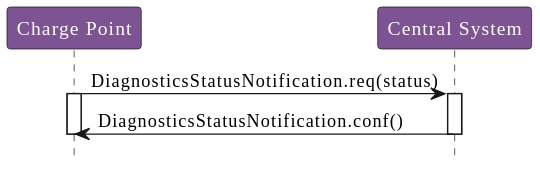
Before: OCPP_1.6/images/figure_15.svg, a diagram exported from PlantUML (phoi5675/ocpp-markdown). Its diagram source:
```plantuml
@startuml
!include style.puml

participant "Charge Point" as ChargePoint
participant "Central System" as CentralSystem

ChargePoint -> CentralSystem : DiagnosticsStatusNotification.req(status)

activate ChargePoint
activate CentralSystem

CentralSystem -> ChargePoint : DiagnosticsStatusNotification.conf()

deactivate CentralSystem
deactivate ChargePoint
@enduml
```
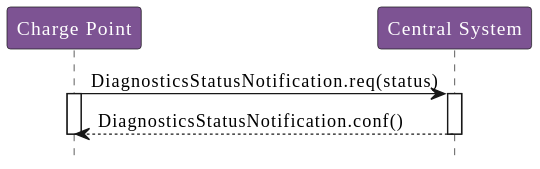
The same file after the commit.

The edit, as a diff of the source:
```diff
@@ -5,12 +5,10 @@
 participant "Central System" as CentralSystem
 
 ChargePoint -> CentralSystem : DiagnosticsStatusNotification.req(status)
-
 activate ChargePoint
 activate CentralSystem
 
-CentralSystem -> ChargePoint : DiagnosticsStatusNotification.conf()
-
+CentralSystem --> ChargePoint : DiagnosticsStatusNotification.conf()
 deactivate CentralSystem
 deactivate ChargePoint
 @enduml
```
